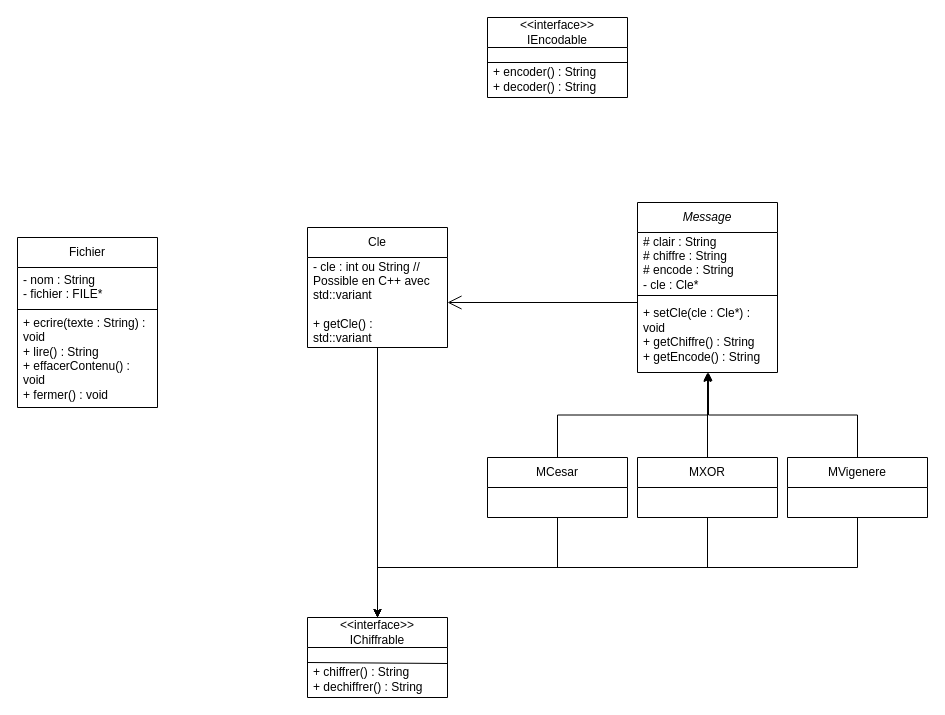
This is UML_Projet.drawio from Maxruuu/CryptCPP, a draw.io file, before an edit. Source tidied: cells renumbered, new cells numbered last; positions are measured from the earlier drawing's top-left corner, leaving out a move shared by most shapes. Both pictures are drawn from the tidied source at 100%, with x=0, y=0 at pixel (17, 17).
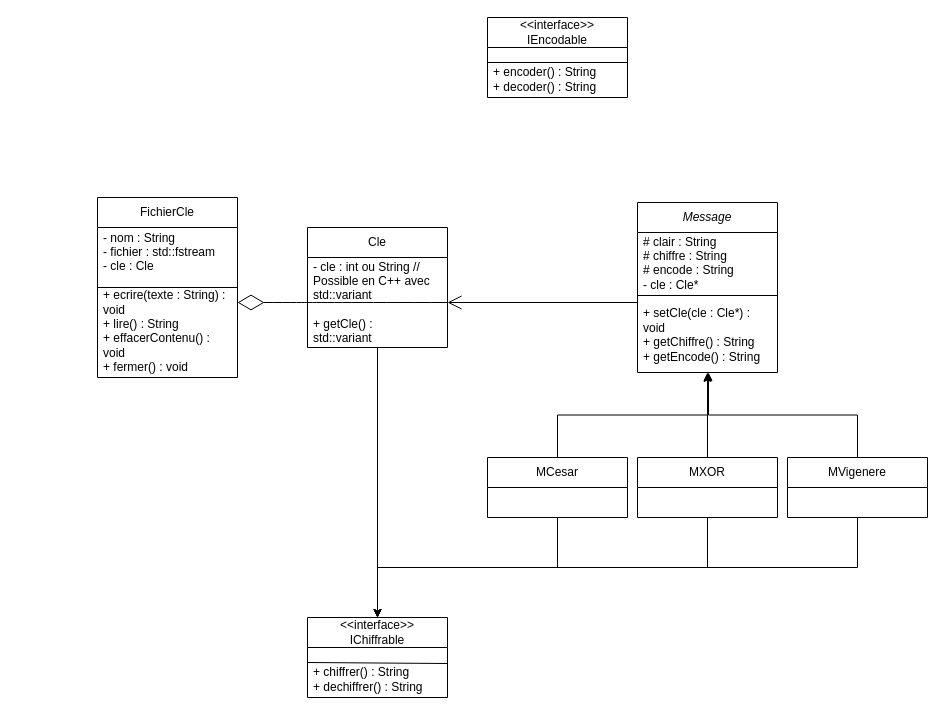
After the change.

Unchanged cells that the change refers to:
```xml
<mxCell id="12" value="Cle" style="swimlane;fontStyle=0;horizontal=1;startSize=30;whiteSpace=wrap;html=1;" parent="1" vertex="1">
  <mxGeometry x="290" y="210" width="140" height="120" as="geometry" />
</mxCell>
<mxCell id="13" value="&lt;div&gt;- cle : int ou String // Possible en C++ avec std::variant&lt;/div&gt;&lt;div&gt;&lt;br&gt;&lt;/div&gt;&lt;div&gt;+ getCle() : &lt;br&gt;&lt;/div&gt;std::variant" style="text;strokeColor=none;fillColor=none;align=left;verticalAlign=middle;spacingLeft=4;spacingRight=4;overflow=hidden;points=[[0,0.5],[1,0.5]];portConstraint=eastwest;whiteSpace=wrap;html=1;" parent="12" vertex="1">
  <mxGeometry y="30" width="140" height="90" as="geometry" />
</mxCell>
```

The edit, as a diff of the source:
```diff
@@
+    <mxCell id="30" style="endArrow=none;html=1;rounded=0;fontSize=12;startSize=8;endSize=8;curved=1;entryX=1;entryY=0.5;entryDx=0;entryDy=0;exitX=0;exitY=0.5;exitDx=0;exitDy=0;" parent="12" edge="1" source="13" target="13">
+      <mxGeometry relative="1" as="geometry" />
+    </mxCell>
@@
-    <mxCell id="15" value="Fichier" style="swimlane;fontStyle=0;horizontal=1;startSize=30;whiteSpace=wrap;html=1;" parent="1" vertex="1">
-      <mxGeometry y="220" width="140" height="170" as="geometry" />
+    <mxCell id="15" value="FichierCle" style="swimlane;fontStyle=0;horizontal=1;startSize=30;whiteSpace=wrap;html=1;" parent="1" vertex="1">
+      <mxGeometry x="80" y="180" width="140" height="180" as="geometry" />
     </mxCell>
-    <mxCell id="16" value="&lt;div&gt;- nom : String&lt;/div&gt;&lt;div&gt;- fichier : FILE*&lt;/div&gt;&lt;div&gt;&lt;br&gt;&lt;/div&gt;&lt;div&gt;+ ecrire(texte : String) : void&lt;/div&gt;&lt;div&gt;+ lire() : String&lt;/div&gt;&lt;div&gt;+ effacerContenu() : void&lt;/div&gt;&lt;div&gt;+ fermer() : void&lt;/div&gt;" style="text;strokeColor=none;fillColor=none;align=left;verticalAlign=middle;spacingLeft=4;spacingRight=4;overflow=hidden;points=[[0,0.5],[1,0.5]];portConstraint=eastwest;whiteSpace=wrap;html=1;" parent="15" vertex="1">
-      <mxGeometry y="30" width="140" height="140" as="geometry" />
+    <mxCell id="16" value="&lt;div&gt;- nom : String&lt;/div&gt;&lt;div&gt;- fichier : std::fstream&lt;/div&gt;&lt;div&gt;- cle : Cle&lt;/div&gt;&lt;div&gt;&lt;br&gt;&lt;/div&gt;&lt;div&gt;+ ecrire(texte : String) : void&lt;/div&gt;&lt;div&gt;+ lire() : String&lt;/div&gt;&lt;div&gt;+ effacerContenu() : void&lt;/div&gt;&lt;div&gt;+ fermer() : void&lt;/div&gt;" style="text;strokeColor=none;fillColor=none;align=left;verticalAlign=middle;spacingLeft=4;spacingRight=4;overflow=hidden;points=[[0,0.5],[1,0.5]];portConstraint=eastwest;whiteSpace=wrap;html=1;" parent="15" vertex="1">
+      <mxGeometry y="30" width="140" height="150" as="geometry" />
     </mxCell>
-    <mxCell id="17" style="endArrow=none;html=1;rounded=0;entryX=1;entryY=0.3;entryDx=0;entryDy=0;entryPerimeter=0;exitX=0;exitY=0.3;exitDx=0;exitDy=0;exitPerimeter=0;" parent="15" edge="1" source="16" target="16">
+    <mxCell id="17" style="endArrow=none;html=1;rounded=0;entryX=1;entryY=0.4;entryDx=0;entryDy=0;entryPerimeter=0;exitX=0;exitY=0.4;exitDx=0;exitDy=0;exitPerimeter=0;" parent="15" edge="1" source="16" target="16">
       <mxGeometry relative="1" as="geometry" />
     </mxCell>
@@
+    <mxCell id="31" style="endArrow=diamondThin;endFill=0;endSize=24;html=1;rounded=0;fontSize=12;curved=1;exitX=0;exitY=0.5;exitDx=0;exitDy=0;entryX=1;entryY=0.5;entryDx=0;entryDy=0;" parent="1" edge="1" source="13" target="16">
+      <mxGeometry relative="1" as="geometry" />
+    </mxCell>
```
